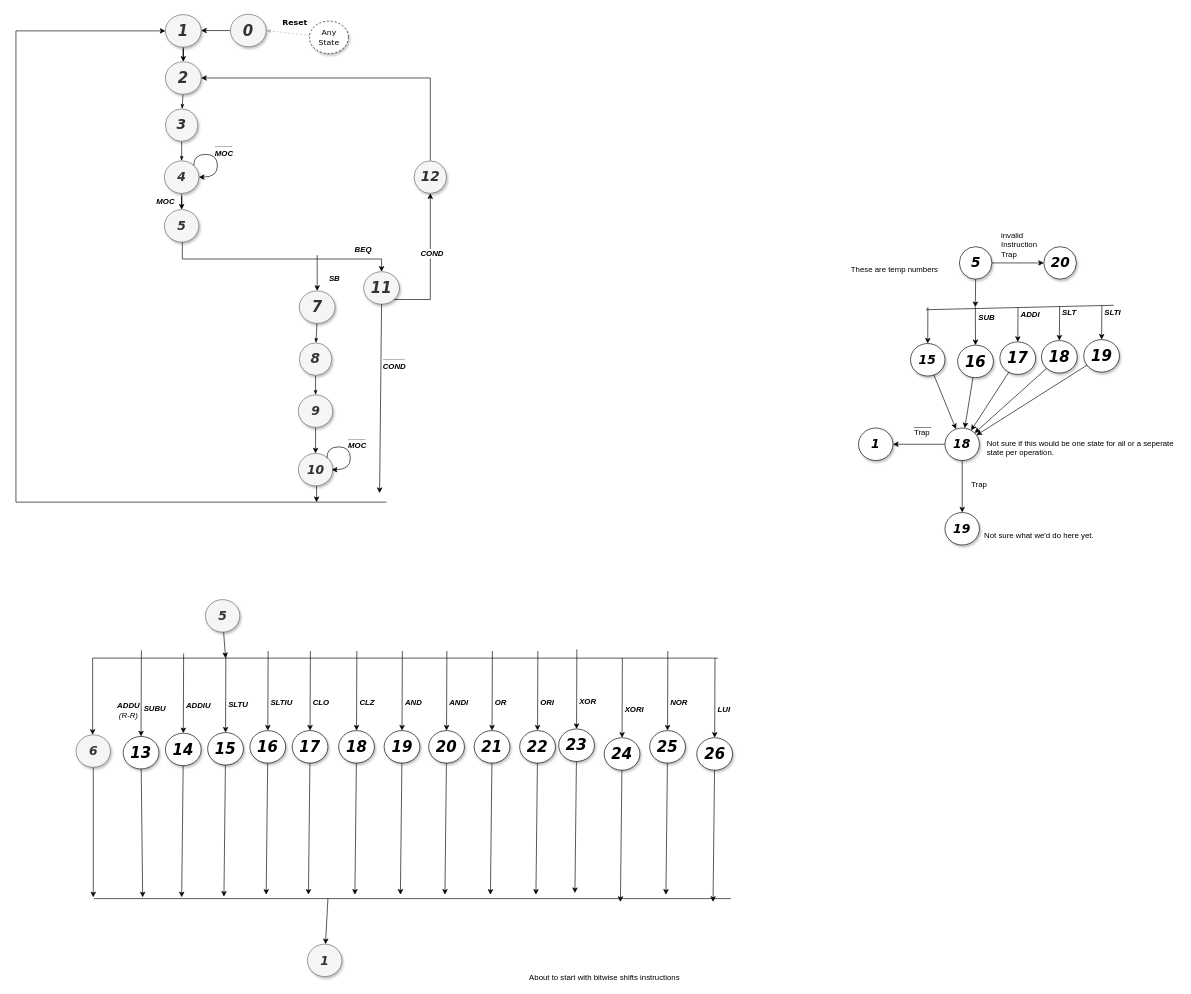
Before: CPU_State_Diag.drawio in TheParodicts/MIPS_CPU_Diagram, a draw.io diagram. Source tidied: cells renumbered, new cells numbered last; positions are measured from the earlier drawing's top-left corner, leaving out a move shared by most shapes. Both pictures are drawn from the tidied source at 65%, with x=0, y=0 at pixel (16, 14).
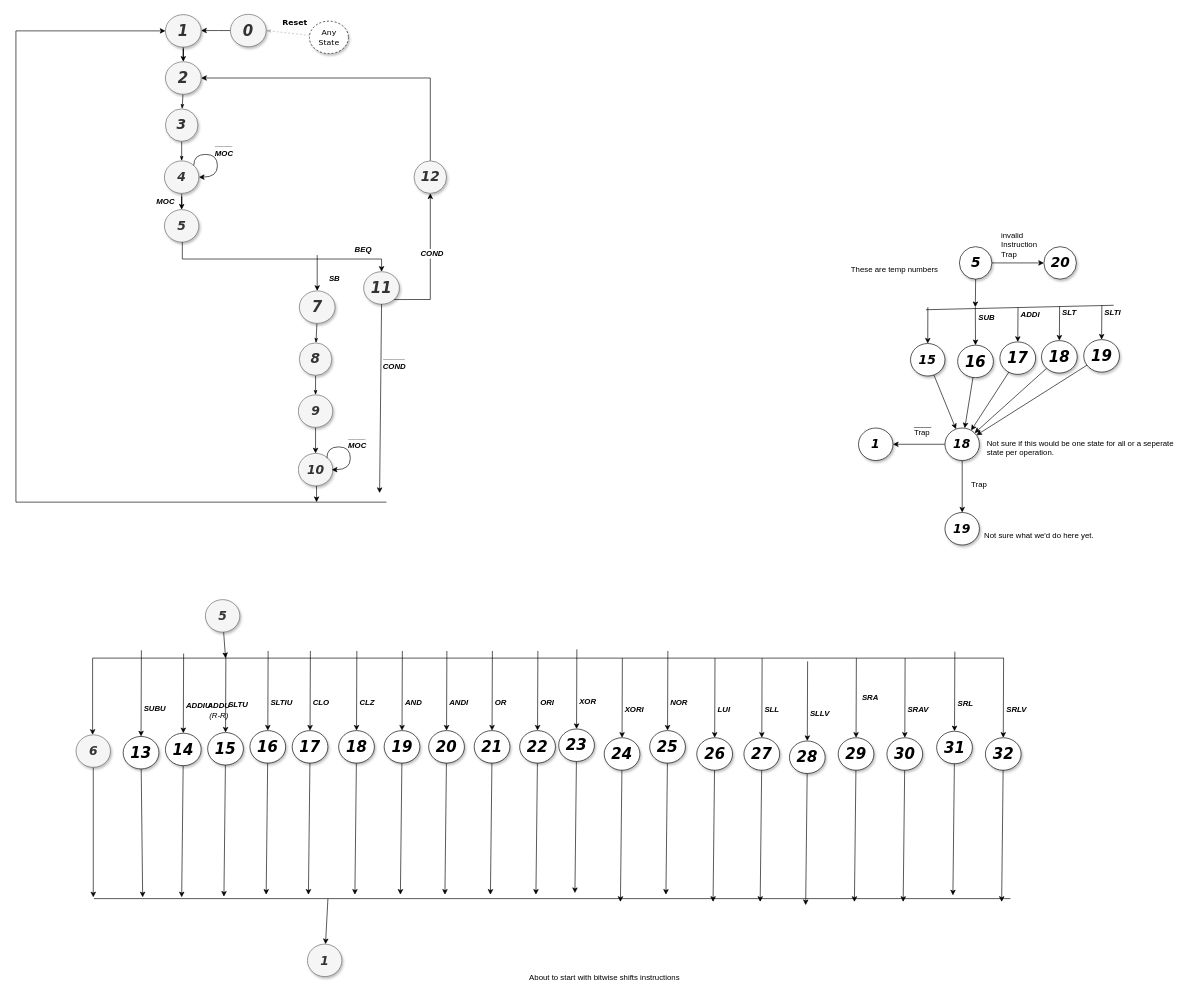
The same diagram, later.

Commit message:
Added Bitwise Shifts

The change refers to these unchanged cells:
```xml
<mxCell id="78" value="&lt;span&gt;&lt;b&gt;&lt;i&gt;&lt;font style=&quot;font-size: 19px&quot;&gt;6&lt;/font&gt;&lt;/i&gt;&lt;/b&gt;&lt;/span&gt;" style="ellipse;whiteSpace=wrap;html=1;rounded=0;shadow=1;comic=0;labelBackgroundColor=none;strokeColor=#666666;strokeWidth=1;fillColor=#f5f5f5;fontFamily=Verdana;fontSize=12;fontColor=#333333;align=center;" parent="1" vertex="1">
  <mxGeometry x="92.5" y="1108" width="53" height="50" as="geometry" />
</mxCell>
```

What changed in the source:
```diff
@@
     <mxCell id="75" style="edgeStyle=orthogonalEdgeStyle;rounded=0;jettySize=auto;html=1;" parent="1" edge="1" target="78">
       <mxGeometry relative="1" as="geometry">
-        <mxPoint x="1080" y="990" as="sourcePoint" />
+        <mxPoint x="1520" y="990" as="sourcePoint" />
         <Array as="points">
           <mxPoint x="118" y="990" />
         </Array>
       </mxGeometry>
     </mxCell>
@@
     <mxCell id="133" style="endArrow=none;html=1;" parent="1" edge="1">
       <mxGeometry relative="1" as="geometry">
-        <mxPoint x="1100" y="1360" as="sourcePoint" />
+        <mxPoint x="1530" y="1360" as="sourcePoint" />
         <mxPoint x="120" y="1360" as="targetPoint" />
       </mxGeometry>
     </mxCell>
@@
+    <mxCell id="141" value="&lt;span style=&quot;font-size: 23px&quot;&gt;&lt;b&gt;&lt;i&gt;27&lt;/i&gt;&lt;/b&gt;&lt;/span&gt;" style="ellipse;whiteSpace=wrap;html=1;rounded=0;shadow=1;comic=0;labelBackgroundColor=none;strokeColor=#000000;strokeWidth=1;fillColor=#FFFFFF;fontFamily=Verdana;fontSize=12;fontColor=#000000;align=center;" parent="1" vertex="1">
+      <mxGeometry x="1120" y="1112.5" width="55" height="50" as="geometry" />
+    </mxCell>
+    <mxCell id="142" style="endArrow=classic;html=1;" parent="1" edge="1" target="141">
+      <mxGeometry relative="1" as="geometry">
+        <mxPoint x="1148" y="990" as="sourcePoint" />
+      </mxGeometry>
+    </mxCell>
+    <mxCell id="143" value="&lt;b&gt;&lt;i&gt;SLL&lt;/i&gt;&lt;/b&gt;" style="text;html=1;align=left;verticalAlign=top;spacingTop=-4;" parent="1" vertex="1">
+      <mxGeometry x="1150" y="1060" width="40" height="20" as="geometry" />
+    </mxCell>
+    <mxCell id="144" style="rounded=0;jettySize=auto;html=1;" parent="1" edge="1" source="141">
+      <mxGeometry relative="1" as="geometry">
+        <mxPoint x="1145" y="1365" as="targetPoint" />
+      </mxGeometry>
+    </mxCell>
+    <mxCell id="145" value="&lt;span style=&quot;font-size: 23px&quot;&gt;&lt;b&gt;&lt;i&gt;28&lt;/i&gt;&lt;/b&gt;&lt;/span&gt;" style="ellipse;whiteSpace=wrap;html=1;rounded=0;shadow=1;comic=0;labelBackgroundColor=none;strokeColor=#000000;strokeWidth=1;fillColor=#FFFFFF;fontFamily=Verdana;fontSize=12;fontColor=#000000;align=center;" parent="1" vertex="1">
+      <mxGeometry x="1190" y="1117.5" width="55" height="50" as="geometry" />
+    </mxCell>
+    <mxCell id="146" style="endArrow=classic;html=1;" parent="1" edge="1" target="145">
+      <mxGeometry relative="1" as="geometry">
+        <mxPoint x="1218" y="995" as="sourcePoint" />
+      </mxGeometry>
+    </mxCell>
+    <mxCell id="147" value="&lt;b&gt;&lt;i&gt;SLLV&lt;/i&gt;&lt;/b&gt;" style="text;html=1;align=left;verticalAlign=top;spacingTop=-4;" parent="1" vertex="1">
+      <mxGeometry x="1220" y="1065" width="50" height="20" as="geometry" />
+    </mxCell>
+    <mxCell id="148" style="rounded=0;jettySize=auto;html=1;" parent="1" edge="1" source="145">
+      <mxGeometry relative="1" as="geometry">
+        <mxPoint x="1215" y="1370" as="targetPoint" />
+      </mxGeometry>
+    </mxCell>
+    <mxCell id="149" value="&lt;span style=&quot;font-size: 23px&quot;&gt;&lt;b&gt;&lt;i&gt;29&lt;/i&gt;&lt;/b&gt;&lt;/span&gt;" style="ellipse;whiteSpace=wrap;html=1;rounded=0;shadow=1;comic=0;labelBackgroundColor=none;strokeColor=#000000;strokeWidth=1;fillColor=#FFFFFF;fontFamily=Verdana;fontSize=12;fontColor=#000000;align=center;" parent="1" vertex="1">
+      <mxGeometry x="1265" y="1112.5" width="55" height="50" as="geometry" />
+    </mxCell>
+    <mxCell id="150" style="endArrow=classic;html=1;" parent="1" edge="1" target="149">
+      <mxGeometry relative="1" as="geometry">
+        <mxPoint x="1293" y="990" as="sourcePoint" />
+      </mxGeometry>
+    </mxCell>
+    <mxCell id="151" value="&lt;b&gt;&lt;i&gt;SRA&lt;/i&gt;&lt;/b&gt;" style="text;html=1;align=left;verticalAlign=top;spacingTop=-4;" parent="1" vertex="1">
+      <mxGeometry x="1300" y="1040.5" width="40" height="20" as="geometry" />
+    </mxCell>
+    <mxCell id="152" style="rounded=0;jettySize=auto;html=1;" parent="1" edge="1" source="149">
+      <mxGeometry relative="1" as="geometry">
+        <mxPoint x="1290" y="1365" as="targetPoint" />
+      </mxGeometry>
+    </mxCell>
+    <mxCell id="153" value="&lt;span style=&quot;font-size: 23px&quot;&gt;&lt;b&gt;&lt;i&gt;30&lt;/i&gt;&lt;/b&gt;&lt;/span&gt;" style="ellipse;whiteSpace=wrap;html=1;rounded=0;shadow=1;comic=0;labelBackgroundColor=none;strokeColor=#000000;strokeWidth=1;fillColor=#FFFFFF;fontFamily=Verdana;fontSize=12;fontColor=#000000;align=center;" parent="1" vertex="1">
+      <mxGeometry x="1340" y="1112.5" width="55" height="50" as="geometry" />
+    </mxCell>
+    <mxCell id="154" style="endArrow=classic;html=1;" parent="1" edge="1" target="153">
+      <mxGeometry relative="1" as="geometry">
+        <mxPoint x="1368" y="990" as="sourcePoint" />
+      </mxGeometry>
+    </mxCell>
+    <mxCell id="155" value="&lt;b&gt;&lt;i&gt;SRAV&lt;/i&gt;&lt;/b&gt;" style="text;html=1;align=left;verticalAlign=top;spacingTop=-4;" parent="1" vertex="1">
+      <mxGeometry x="1370" y="1060" width="50" height="20" as="geometry" />
+    </mxCell>
+    <mxCell id="156" style="rounded=0;jettySize=auto;html=1;" parent="1" edge="1" source="153">
+      <mxGeometry relative="1" as="geometry">
+        <mxPoint x="1365" y="1365" as="targetPoint" />
+      </mxGeometry>
+    </mxCell>
+    <mxCell id="157" value="&lt;span style=&quot;font-size: 23px&quot;&gt;&lt;b&gt;&lt;i&gt;31&lt;/i&gt;&lt;/b&gt;&lt;/span&gt;" style="ellipse;whiteSpace=wrap;html=1;rounded=0;shadow=1;comic=0;labelBackgroundColor=none;strokeColor=#000000;strokeWidth=1;fillColor=#FFFFFF;fontFamily=Verdana;fontSize=12;fontColor=#000000;align=center;" parent="1" vertex="1">
+      <mxGeometry x="1416.5" y="1102.5" width="55" height="50" as="geometry" />
+    </mxCell>
+    <mxCell id="158" style="endArrow=classic;html=1;" parent="1" edge="1" target="157">
+      <mxGeometry relative="1" as="geometry">
+        <mxPoint x="1444.5" y="980" as="sourcePoint" />
+      </mxGeometry>
+    </mxCell>
+    <mxCell id="159" value="&lt;b&gt;&lt;i&gt;SRL&lt;/i&gt;&lt;/b&gt;" style="text;html=1;align=left;verticalAlign=top;spacingTop=-4;" parent="1" vertex="1">
+      <mxGeometry x="1446.5" y="1050" width="40" height="20" as="geometry" />
+    </mxCell>
+    <mxCell id="160" style="rounded=0;jettySize=auto;html=1;" parent="1" edge="1" source="157">
+      <mxGeometry relative="1" as="geometry">
+        <mxPoint x="1441.5" y="1355" as="targetPoint" />
+      </mxGeometry>
+    </mxCell>
+    <mxCell id="161" value="&lt;span style=&quot;font-size: 23px&quot;&gt;&lt;b&gt;&lt;i&gt;32&lt;/i&gt;&lt;/b&gt;&lt;/span&gt;" style="ellipse;whiteSpace=wrap;html=1;rounded=0;shadow=1;comic=0;labelBackgroundColor=none;strokeColor=#000000;strokeWidth=1;fillColor=#FFFFFF;fontFamily=Verdana;fontSize=12;fontColor=#000000;align=center;" parent="1" vertex="1">
+      <mxGeometry x="1491.5" y="1112.5" width="55" height="50" as="geometry" />
+    </mxCell>
+    <mxCell id="162" style="endArrow=classic;html=1;" parent="1" edge="1" target="161">
+      <mxGeometry relative="1" as="geometry">
+        <mxPoint x="1519.5" y="990" as="sourcePoint" />
+      </mxGeometry>
+    </mxCell>
+    <mxCell id="163" value="&lt;b&gt;&lt;i&gt;SRLV&lt;/i&gt;&lt;/b&gt;" style="text;html=1;align=left;verticalAlign=top;spacingTop=-4;" parent="1" vertex="1">
+      <mxGeometry x="1521.5" y="1060" width="50" height="20" as="geometry" />
+    </mxCell>
+    <mxCell id="164" style="rounded=0;jettySize=auto;html=1;" parent="1" edge="1" source="161">
+      <mxGeometry relative="1" as="geometry">
+        <mxPoint x="1516.5" y="1365" as="targetPoint" />
+      </mxGeometry>
+    </mxCell>
```
